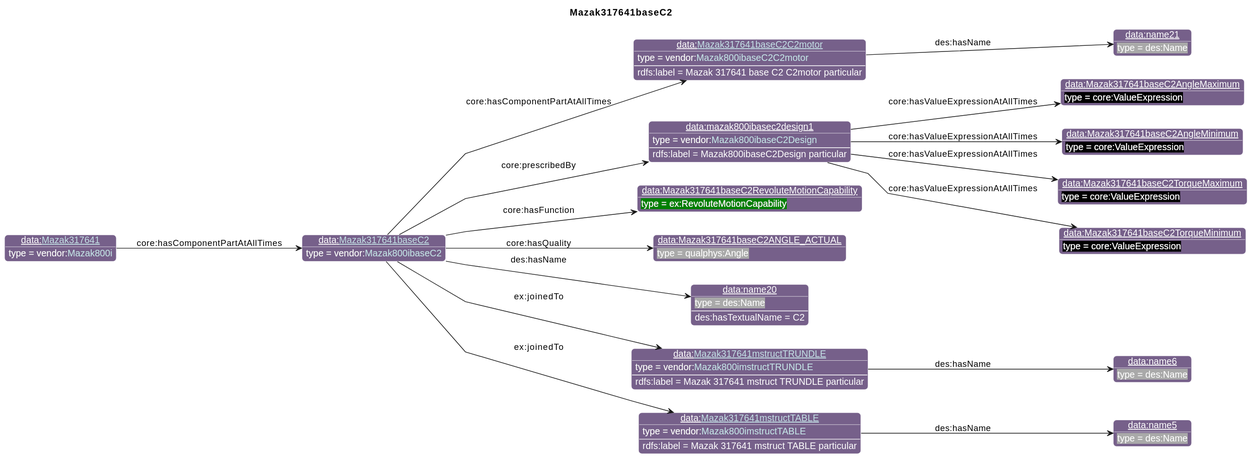
Earlier version of the PlantUML export diagrams/Mazak317641baseC2.svg (iofoundry/example-syseng-mtconnect). The source it was exported from:
```plantuml
@startuml
!include ../iof.iuml

<style>
object {
  HyperlinkColor #C4E1E6
}
</style>

left to right direction
skinparam linetype polyline
title Mazak317641baseC2

!$default_direction = down

!$namespace_colors = { "bfo":"DFA702",
                      "iof":"1E90FF",
                      "ns":"Green",
                      "ns1":"76608A",
                      "core":"000000",
                      "ex":"Green",
                      "data":"76608A",
                      "vendor":"76608A",
                      "units":"8A2D3B",
                      "cmns-dsg":"3A0519",
                      "qp":"641B2E"
      }
individual(o0, data:[[./Mazak317641baseC2.html Mazak317641baseC2]], vendor:[[../Mazak.html#Mazak800ibaseC2 Mazak800ibaseC2]])
individual(o1, data:[[./Mazak317641baseC2C2motor.html Mazak317641baseC2C2motor]], vendor:[[../Mazak.html#Mazak800ibaseC2C2motor Mazak800ibaseC2C2motor]])
individual(o2, data:name21, des:Name)
individual(o3, data:mazak800ibasec2design1, vendor:[[../Mazak.html#Mazak800ibaseC2Design Mazak800ibaseC2Design]])
individual(o4, data:Mazak317641baseC2AngleMaximum, core:ValueExpression)
individual(o5, data:Mazak317641baseC2AngleMinimum, core:ValueExpression)
individual(o6, data:Mazak317641baseC2TorqueMaximum, core:ValueExpression)
individual(o7, data:Mazak317641baseC2TorqueMinimum, core:ValueExpression)
individual(o8, data:Mazak317641baseC2RevoluteMotionCapability, ex:RevoluteMotionCapability)
individual(o9, data:Mazak317641baseC2ANGLE_ACTUAL, qualphys:Angle)
individual(o10, data:name20, des:Name)
individual(o11, data:[[./Mazak317641mstructTRUNDLE.html Mazak317641mstructTRUNDLE]], vendor:[[../Mazak.html#Mazak800imstructTRUNDLE Mazak800imstructTRUNDLE]])
individual(o12, data:name6, des:Name)
individual(o13, data:[[./Mazak317641mstructTABLE.html Mazak317641mstructTABLE]], vendor:[[../Mazak.html#Mazak800imstructTABLE Mazak800imstructTABLE]])
individual(o14, data:name5, des:Name)
individual(o15, data:[[./Mazak317641.html Mazak317641]], vendor:[[../Mazak.html#Mazak800i Mazak800i]])
property(o0, "core:hasComponentPartAtAllTimes", o1)
data(o1, "rdfs:label", "Mazak 317641 base C2 C2motor particular")
property(o1, "des:hasName", o2)
property(o0, "core:prescribedBy", o3)
data(o3, "rdfs:label", "Mazak800ibaseC2Design particular")
property(o3, "core:hasValueExpressionAtAllTimes", o4)
property(o3, "core:hasValueExpressionAtAllTimes", o5)
property(o3, "core:hasValueExpressionAtAllTimes", o6)
property(o3, "core:hasValueExpressionAtAllTimes", o7)
property(o0, "core:hasFunction", o8)
property(o0, "core:hasQuality", o9)
property(o0, "des:hasName", o10)
data(o10, "des:hasTextualName", "C2")
property(o0, "ex:joinedTo", o11)
data(o11, "rdfs:label", "Mazak 317641 mstruct TRUNDLE particular")
property(o11, "des:hasName", o12)
property(o0, "ex:joinedTo", o13)
data(o13, "rdfs:label", "Mazak 317641 mstruct TABLE particular")
property(o13, "des:hasName", o14)
property(o15, "core:hasComponentPartAtAllTimes", o0)
@enduml
```
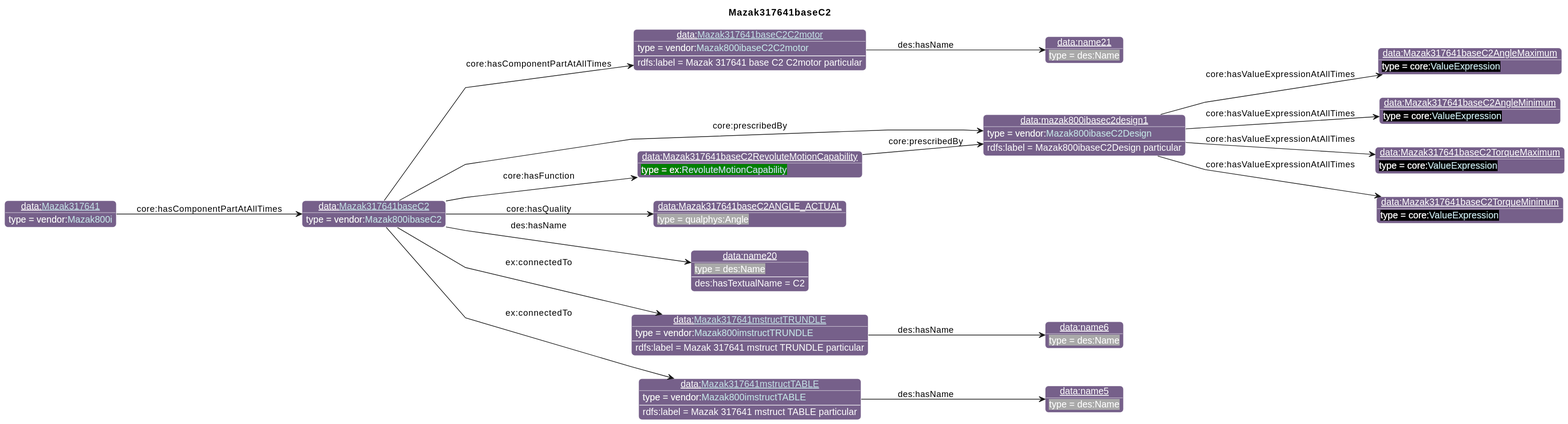
After the commit.

Diff of the diagram source:
```diff
@@ -29,11 +29,11 @@
 individual(o1, data:[[./Mazak317641baseC2C2motor.html Mazak317641baseC2C2motor]], vendor:[[../Mazak.html#Mazak800ibaseC2C2motor Mazak800ibaseC2C2motor]])
 individual(o2, data:name21, des:Name)
 individual(o3, data:mazak800ibasec2design1, vendor:[[../Mazak.html#Mazak800ibaseC2Design Mazak800ibaseC2Design]])
-individual(o4, data:Mazak317641baseC2AngleMaximum, core:ValueExpression)
-individual(o5, data:Mazak317641baseC2AngleMinimum, core:ValueExpression)
-individual(o6, data:Mazak317641baseC2TorqueMaximum, core:ValueExpression)
-individual(o7, data:Mazak317641baseC2TorqueMinimum, core:ValueExpression)
-individual(o8, data:Mazak317641baseC2RevoluteMotionCapability, ex:RevoluteMotionCapability)
+individual(o4, data:Mazak317641baseC2AngleMaximum, core:[[https://spec.industrialontologies.org/ontology/core/Core/ValueExpression ValueExpression]])
+individual(o5, data:Mazak317641baseC2AngleMinimum, core:[[https://spec.industrialontologies.org/ontology/core/Core/ValueExpression ValueExpression]])
+individual(o6, data:Mazak317641baseC2TorqueMaximum, core:[[https://spec.industrialontologies.org/ontology/core/Core/ValueExpression ValueExpression]])
+individual(o7, data:Mazak317641baseC2TorqueMinimum, core:[[https://spec.industrialontologies.org/ontology/core/Core/ValueExpression ValueExpression]])
+individual(o8, data:Mazak317641baseC2RevoluteMotionCapability, ex:[[../Example.html#RevoluteMotionCapability RevoluteMotionCapability]])
 individual(o9, data:Mazak317641baseC2ANGLE_ACTUAL, qualphys:Angle)
 individual(o10, data:name20, des:Name)
 individual(o11, data:[[./Mazak317641mstructTRUNDLE.html Mazak317641mstructTRUNDLE]], vendor:[[../Mazak.html#Mazak800imstructTRUNDLE Mazak800imstructTRUNDLE]])
@@ -51,13 +51,14 @@
 property(o3, "core:hasValueExpressionAtAllTimes", o6)
 property(o3, "core:hasValueExpressionAtAllTimes", o7)
 property(o0, "core:hasFunction", o8)
+property(o8, "core:prescribedBy", o3)
 property(o0, "core:hasQuality", o9)
 property(o0, "des:hasName", o10)
 data(o10, "des:hasTextualName", "C2")
-property(o0, "ex:joinedTo", o11)
+property(o0, "ex:connectedTo", o11)
 data(o11, "rdfs:label", "Mazak 317641 mstruct TRUNDLE particular")
 property(o11, "des:hasName", o12)
-property(o0, "ex:joinedTo", o13)
+property(o0, "ex:connectedTo", o13)
 data(o13, "rdfs:label", "Mazak 317641 mstruct TABLE particular")
 property(o13, "des:hasName", o14)
 property(o15, "core:hasComponentPartAtAllTimes", o0)
```
